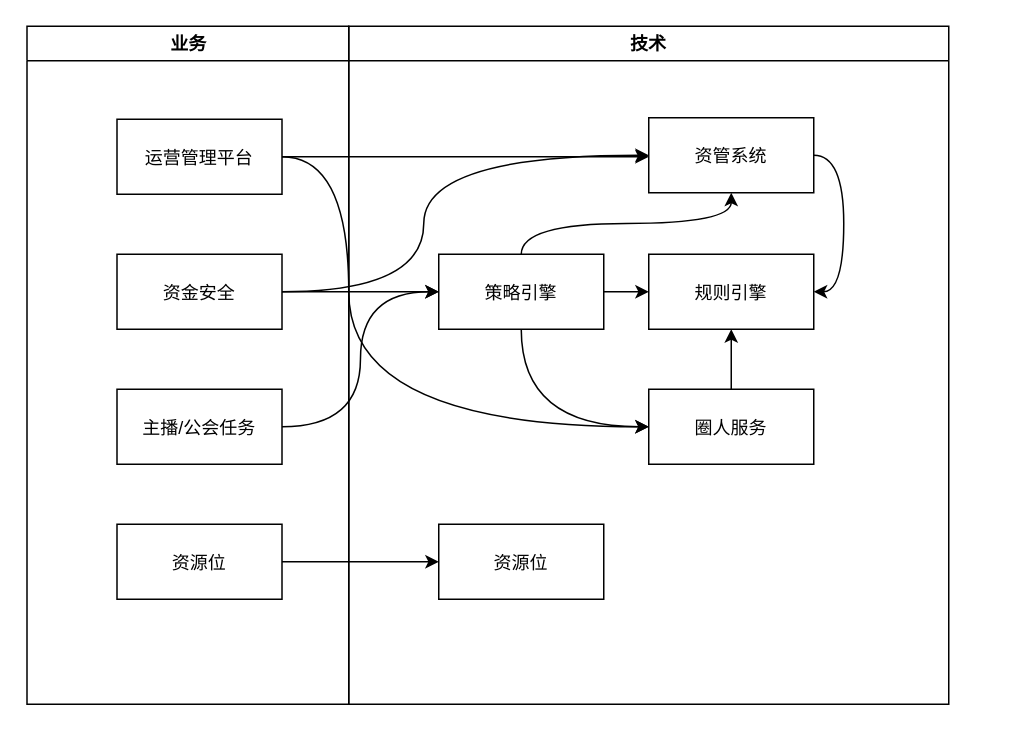
This is buss_to_tech.drawio from carlonelong/pics, a draw.io file, before an edit. Source tidied: cells renumbered, new cells numbered last; positions are measured from the earlier drawing's top-left corner, leaving out a move shared by most shapes. Both pictures are drawn from the tidied source at 150%, with x=0, y=0 at pixel (27, 26).
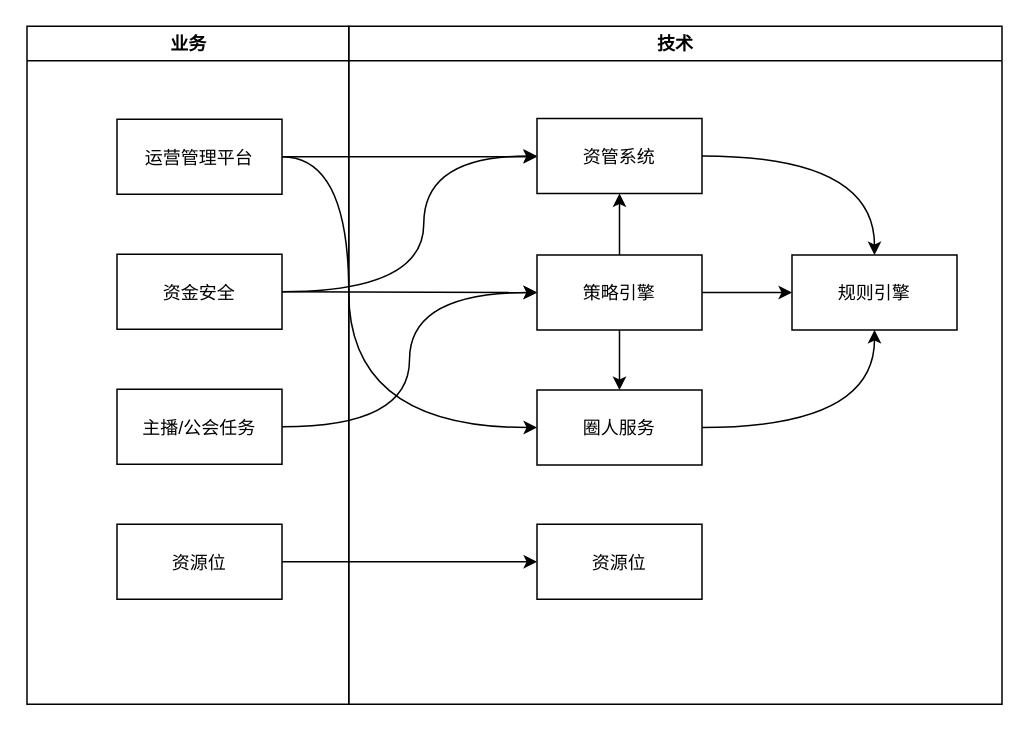
The same page after the edit.

Unchanged cells that the change refers to:
```xml
<mxCell id="14" value="运营管理平台" parent="13" vertex="1">
  <mxGeometry x="60" y="62" width="110" height="50" as="geometry" />
</mxCell>
```

Diff of the diagram source:
```diff
@@
     <mxCell id="2" value="技术" style="swimlane;whiteSpace=wrap;" parent="1" vertex="1">
-      <mxGeometry x="214" width="400" height="452" as="geometry" />
+      <mxGeometry x="214" width="435.5" height="452" as="geometry" />
     </mxCell>
-    <mxCell id="3" style="edgeStyle=orthogonalEdgeStyle;curved=1;rounded=0;jettySize=auto;html=1;exitX=1;exitY=0.5;exitDx=0;exitDy=0;entryX=1;entryY=0.5;entryDx=0;entryDy=0;" parent="2" edge="1" source="4" target="7">
+    <mxCell id="3" style="edgeStyle=orthogonalEdgeStyle;curved=1;rounded=0;jettySize=auto;html=1;exitX=1;exitY=0.5;exitDx=0;exitDy=0;entryX=0.5;entryY=0;entryDx=0;entryDy=0;" parent="2" edge="1" source="4" target="7">
       <mxGeometry relative="1" as="geometry" />
     </mxCell>
     <mxCell id="4" value="资管系统" parent="2" vertex="1">
-      <mxGeometry x="200" y="61" width="110" height="50" as="geometry" />
+      <mxGeometry x="125.5" y="61.5" width="110" height="50" as="geometry" />
     </mxCell>
-    <mxCell id="5" style="edgeStyle=orthogonalEdgeStyle;curved=1;rounded=0;jettySize=auto;html=1;exitX=0.5;exitY=0;exitDx=0;exitDy=0;entryX=0.5;entryY=1;entryDx=0;entryDy=0;" parent="2" edge="1" source="6" target="7">
+    <mxCell id="5" style="edgeStyle=orthogonalEdgeStyle;curved=1;rounded=0;jettySize=auto;html=1;exitX=1;exitY=0.5;exitDx=0;exitDy=0;entryX=0.5;entryY=1;entryDx=0;entryDy=0;" parent="2" edge="1" source="6" target="7">
       <mxGeometry relative="1" as="geometry" />
     </mxCell>
     <mxCell id="6" value="圈人服务" parent="2" vertex="1">
-      <mxGeometry x="200" y="242" width="110" height="50" as="geometry" />
+      <mxGeometry x="125.5" y="242.5" width="110" height="50" as="geometry" />
     </mxCell>
     <mxCell id="7" value="规则引擎" parent="2" vertex="1">
-      <mxGeometry x="200" y="152" width="110" height="50" as="geometry" />
+      <mxGeometry x="295.5" y="152.5" width="110" height="50" as="geometry" />
     </mxCell>
@@
-    <mxCell id="9" style="edgeStyle=orthogonalEdgeStyle;curved=1;rounded=0;jettySize=auto;html=1;exitX=0.5;exitY=1;exitDx=0;exitDy=0;entryX=0;entryY=0.5;entryDx=0;entryDy=0;" parent="2" edge="1" source="11" target="6">
+    <mxCell id="9" style="edgeStyle=orthogonalEdgeStyle;curved=1;rounded=0;jettySize=auto;html=1;exitX=0.5;exitY=1;exitDx=0;exitDy=0;entryX=0.5;entryY=0;entryDx=0;entryDy=0;" parent="2" edge="1" source="11" target="6">
       <mxGeometry relative="1" as="geometry" />
     </mxCell>
@@
     <mxCell id="11" value="策略引擎" parent="2" vertex="1">
-      <mxGeometry x="60" y="152" width="110" height="50" as="geometry" />
+      <mxGeometry x="125.5" y="152.5" width="110" height="50" as="geometry" />
     </mxCell>
     <mxCell id="12" value="资源位" parent="2" vertex="1">
-      <mxGeometry x="60" y="332" width="110" height="50" as="geometry" />
+      <mxGeometry x="125.5" y="332" width="110" height="50" as="geometry" />
     </mxCell>
@@
     <mxCell id="21" style="edgeStyle=orthogonalEdgeStyle;curved=1;rounded=0;jettySize=auto;html=1;exitX=1;exitY=0.5;exitDx=0;exitDy=0;" parent="1" edge="1" source="14">
       <mxGeometry relative="1" as="geometry">
-        <mxPoint x="414" y="87" as="targetPoint" />
+        <mxPoint x="339.5" y="87" as="targetPoint" />
       </mxGeometry>
     </mxCell>
```
